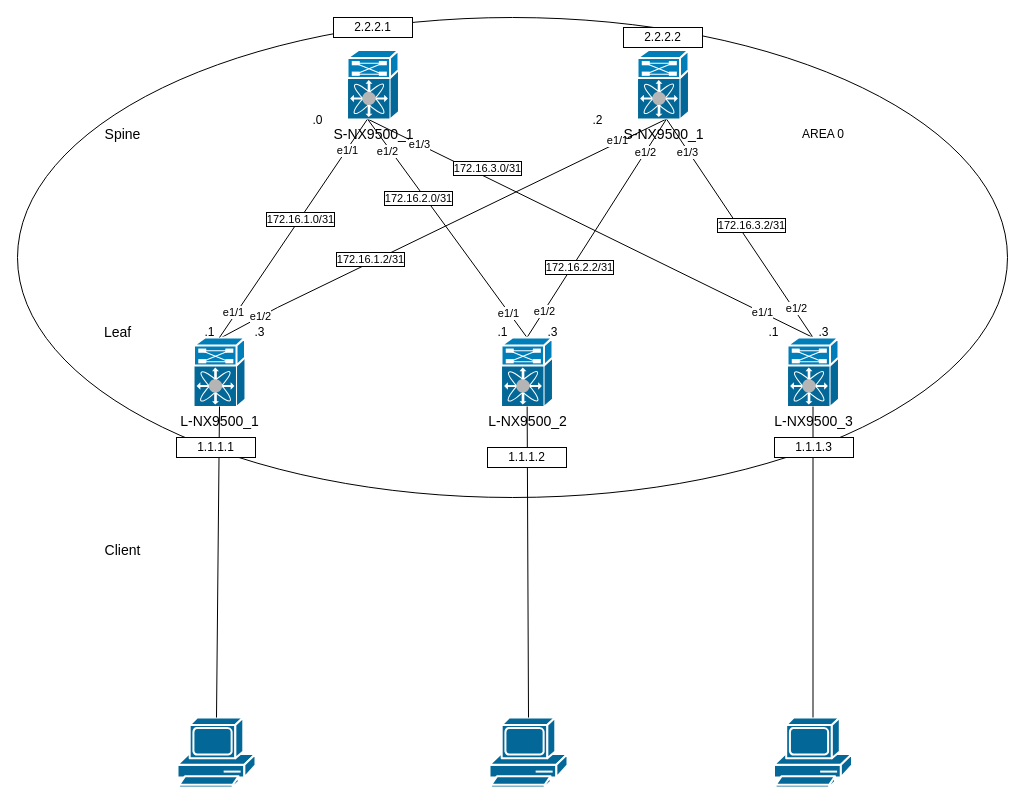
Above: DesignNetworkDataCenter/lab2_OSPF/lab2_v2.drawio in rain360z/otus-networks (draw.io), before the change. Source tidied: cells renumbered, new cells numbered last; positions are measured from the earlier drawing's top-left corner, leaving out a move shared by most shapes. Both pictures are drawn from the tidied source at 100%, with x=0, y=0 at pixel (17, 17).
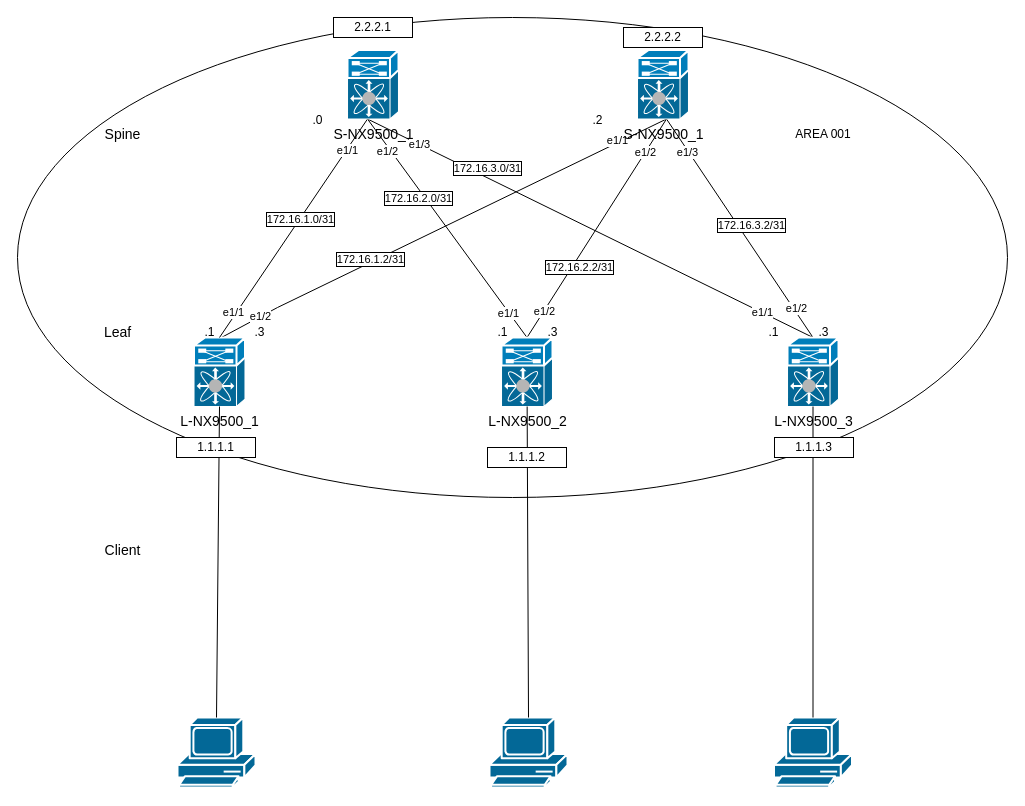
After the change.

Diff of the diagram source:
```diff
@@
-    <mxCell id="49" value="AREA 0" style="text;html=1;strokeColor=none;fillColor=none;align=center;verticalAlign=middle;whiteSpace=wrap;rounded=0;" parent="1" vertex="1">
+    <mxCell id="49" value="AREA 001" style="text;html=1;strokeColor=none;fillColor=none;align=center;verticalAlign=middle;whiteSpace=wrap;rounded=0;" parent="1" vertex="1">
       <mxGeometry x="776" y="101.5" width="60" height="30" as="geometry" />
     </mxCell>
```
